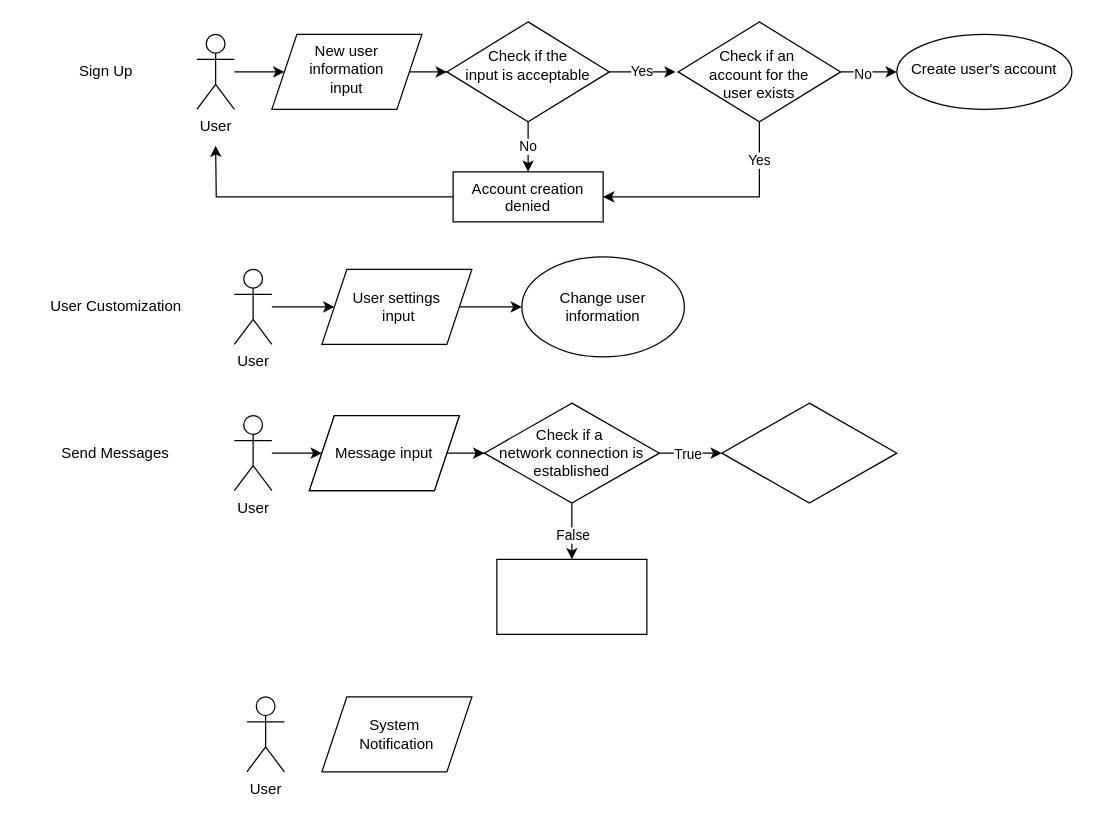
Above: context.drawio in M4RL1M/CPSC-362-Chat-App-Project (draw.io), before the change. Source tidied: cells renumbered, new cells numbered last; positions are measured from the earlier drawing's top-left corner, leaving out a move shared by most shapes. Both pictures are drawn from the tidied source at 125%, with x=0, y=0 at pixel (21, 21).
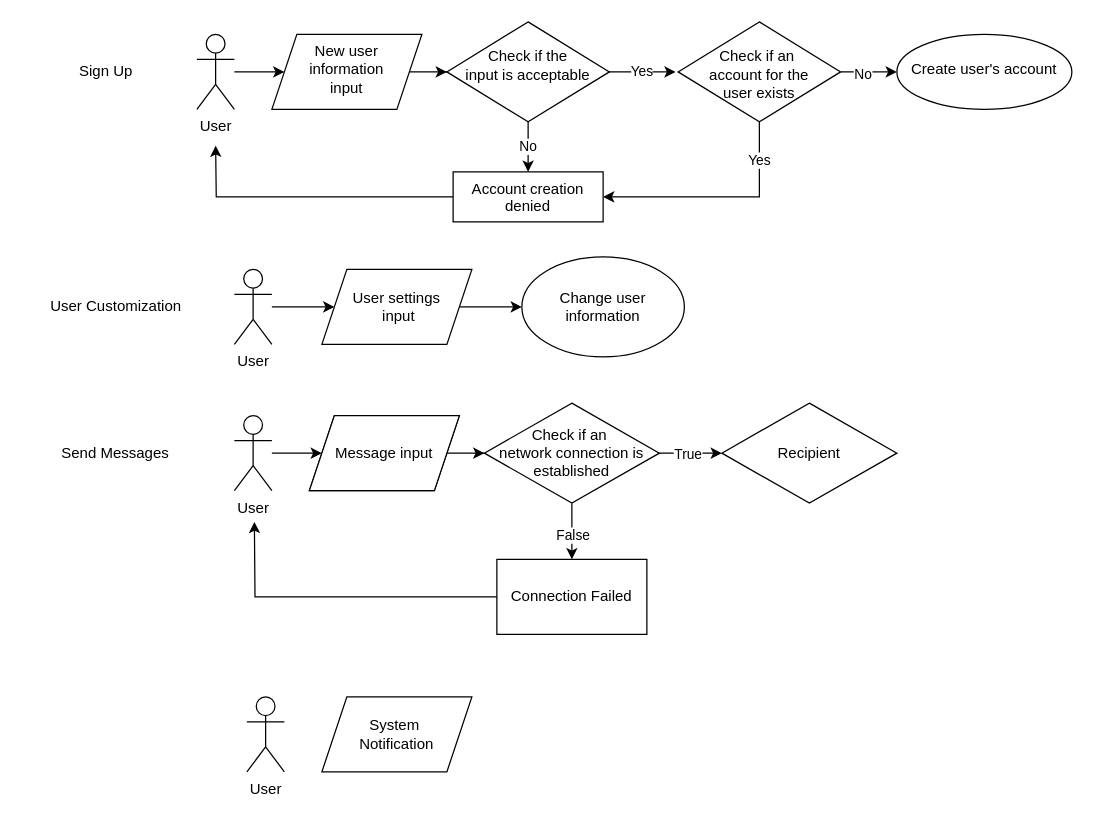
Above is the later version.

What changed in the source:
```diff
@@
-    <mxCell id="33" value="Check if a&amp;nbsp;&lt;div&gt;network connection is&lt;div&gt;established&lt;/div&gt;&lt;/div&gt;" style="rhombus;whiteSpace=wrap;html=1;" parent="1" vertex="1">
+    <mxCell id="33" value="Check if an&amp;nbsp;&lt;div&gt;network connection is&lt;div&gt;established&lt;/div&gt;&lt;/div&gt;" style="rhombus;whiteSpace=wrap;html=1;" parent="1" vertex="1">
       <mxGeometry x="370" y="305" width="140" height="80" as="geometry" />
     </mxCell>
+    <mxCell id="39" style="edgeStyle=orthogonalEdgeStyle;rounded=0;jettySize=auto;html=1;exitX=0;exitY=0.5;exitDx=0;exitDy=0;" parent="1" edge="1" source="34">
+      <mxGeometry relative="1" as="geometry">
+        <mxPoint x="186" y="400" as="targetPoint" />
+      </mxGeometry>
+    </mxCell>
-    <mxCell id="34" style="whiteSpace=wrap;html=1;" parent="1" vertex="1">
+    <mxCell id="34" value="Connection Failed" style="whiteSpace=wrap;html=1;" parent="1" vertex="1">
       <mxGeometry x="380" y="430" width="120" height="60" as="geometry" />
     </mxCell>
-    <mxCell id="35" style="rhombus;whiteSpace=wrap;html=1;" parent="1" vertex="1">
+    <mxCell id="35" value="Recipient" style="rhombus;whiteSpace=wrap;html=1;" parent="1" vertex="1">
       <mxGeometry x="560" y="305" width="140" height="80" as="geometry" />
     </mxCell>
```
